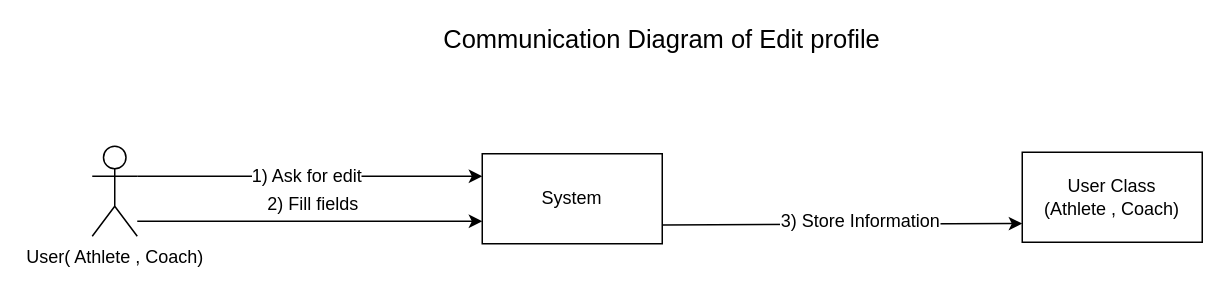
Above: Behavioral Modeling/Communication Diagram - User Edit Profile.drawio in mmohajer9/sama-online-coaching-system (draw.io), before the change. Source tidied: cells renumbered, new cells numbered last; positions are measured from the earlier drawing's top-left corner, leaving out a move shared by most shapes. Both pictures are drawn from the tidied source at 150%, with x=0, y=0 at pixel (92, 26).
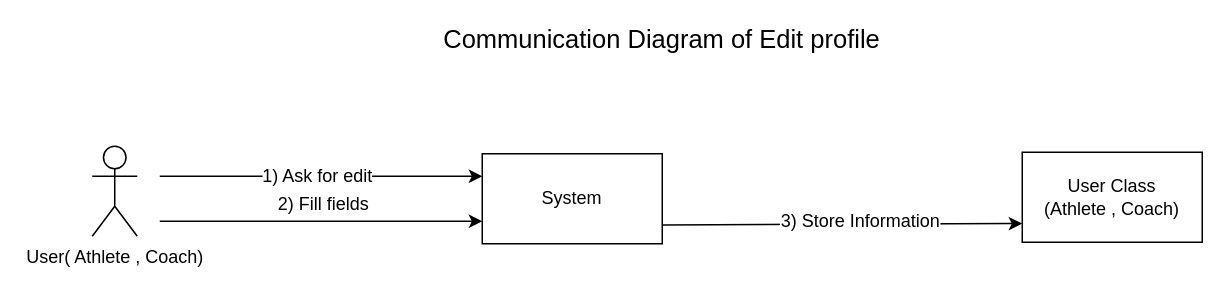
The same page after the edit.

What changed in the source:
```diff
@@
 <mxGraphModel>
   <root>
     <mxCell id="0" />
     <mxCell id="1" parent="0" />
     <mxCell id="2" value="User( Athlete , Coach)" style="shape=umlActor;verticalLabelPosition=bottom;labelBackgroundColor=#ffffff;verticalAlign=top;html=1;outlineConnect=0;" parent="1" vertex="1">
       <mxGeometry y="80" width="30" height="60" as="geometry" />
     </mxCell>
     <mxCell id="3" value="System" style="rounded=0;whiteSpace=wrap;html=1;" parent="1" vertex="1">
       <mxGeometry x="260" y="85" width="120" height="60" as="geometry" />
     </mxCell>
     <mxCell id="4" value="&lt;span&gt;User Class&lt;br&gt;(Athlete , Coach)&lt;br&gt;&lt;/span&gt;" style="rounded=0;whiteSpace=wrap;html=1;" parent="1" vertex="1">
       <mxGeometry x="620" y="84" width="120" height="60" as="geometry" />
     </mxCell>
-    <mxCell id="5" style="endArrow=classic;html=1;entryX=0;entryY=0.25;entryDx=0;entryDy=0;exitX=1;exitY=0.3333333333333333;exitDx=0;exitDy=0;exitPerimeter=0;" parent="1" edge="1" source="2" target="3">
-      <mxGeometry relative="1" as="geometry" />
+    <mxCell id="5" style="endArrow=classic;html=1;entryX=0;entryY=0.25;entryDx=0;entryDy=0;" parent="1" edge="1" target="3">
+      <mxGeometry relative="1" as="geometry">
+        <mxPoint x="45" y="100" as="sourcePoint" />
+      </mxGeometry>
     </mxCell>
     <mxCell id="6" value="1) Ask for edit" style="text;html=1;align=center;verticalAlign=middle;labelBackgroundColor=#ffffff;" parent="5" vertex="1">
       <mxGeometry x="-0.03" y="1" relative="1" as="geometry" />
     </mxCell>
     <mxCell id="7" style="endArrow=classic;html=1;exitX=1;exitY=0.25;exitDx=0;exitDy=0;entryX=0;entryY=0.25;entryDx=0;entryDy=0;" parent="1" edge="1">
       <mxGeometry relative="1" as="geometry">
         <mxPoint x="380" y="132.5" as="sourcePoint" />
         <mxPoint x="620" y="131.5" as="targetPoint" />
       </mxGeometry>
     </mxCell>
     <mxCell id="8" value="&lt;span&gt;3) Store Information&lt;/span&gt;&lt;br&gt;" style="text;html=1;align=center;verticalAlign=middle;labelBackgroundColor=#ffffff;" parent="7" vertex="1">
       <mxGeometry x="0.21" relative="1" as="geometry">
         <mxPoint x="-13" y="-2" as="offset" />
       </mxGeometry>
     </mxCell>
     <mxCell id="9" value="&lt;font style=&quot;font-size: 17px&quot;&gt;Communication Diagram of Edit profile&lt;/font&gt;" style="text;html=1;strokeColor=none;fillColor=none;align=center;verticalAlign=middle;whiteSpace=wrap;rounded=0;" parent="1" vertex="1">
       <mxGeometry x="140" width="480" height="20" as="geometry" />
     </mxCell>
     <mxCell id="10" style="endArrow=classic;html=1;entryX=0;entryY=0.75;entryDx=0;entryDy=0;" parent="1" edge="1" target="3">
       <mxGeometry relative="1" as="geometry">
-        <mxPoint x="30" y="130" as="sourcePoint" />
+        <mxPoint x="45" y="130" as="sourcePoint" />
       </mxGeometry>
     </mxCell>
     <mxCell id="11" value="&lt;span&gt;2) Fill fields&lt;/span&gt;&lt;br&gt;" style="text;html=1;align=center;verticalAlign=middle;labelBackgroundColor=#ffffff;" parent="10" vertex="1">
       <mxGeometry x="-0.03" y="1" relative="1" as="geometry">
         <mxPoint x="4" y="-11" as="offset" />
       </mxGeometry>
     </mxCell>
   </root>
 </mxGraphModel>
```
